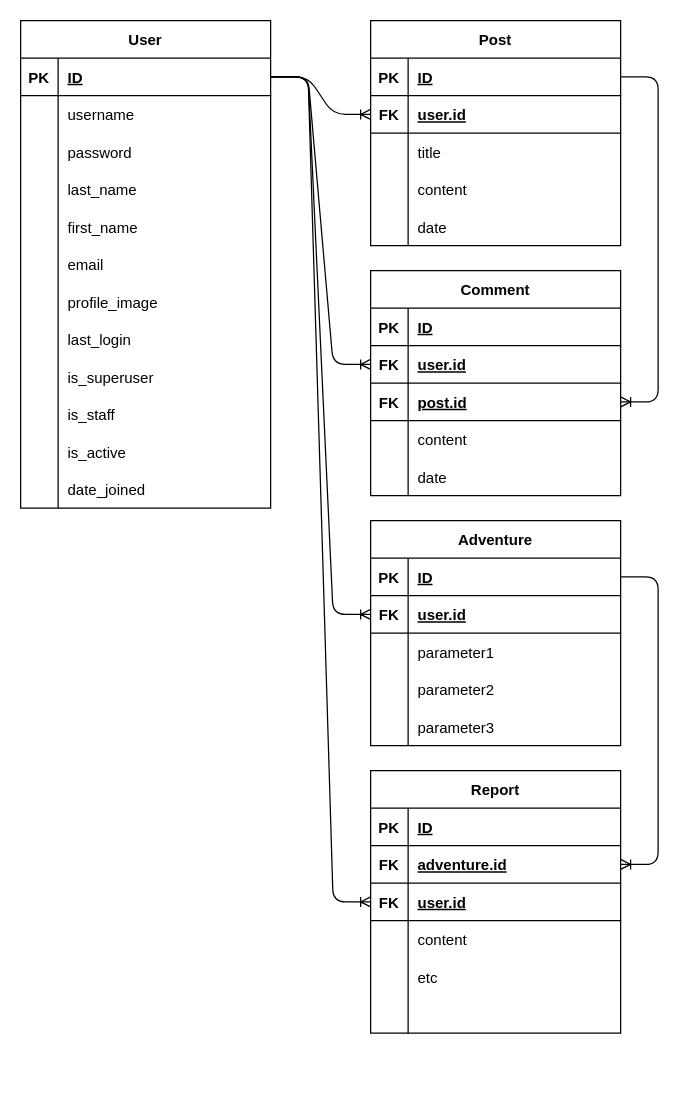
This is plan/erd.drawio from onedaydev/OneDayAdventure, a draw.io file, before an edit. Source tidied: cells renumbered, new cells numbered last; positions are measured from the earlier drawing's top-left corner, leaving out a move shared by most shapes. Both pictures are drawn from the tidied source at 125%, with x=0, y=0 at pixel (20, 20).
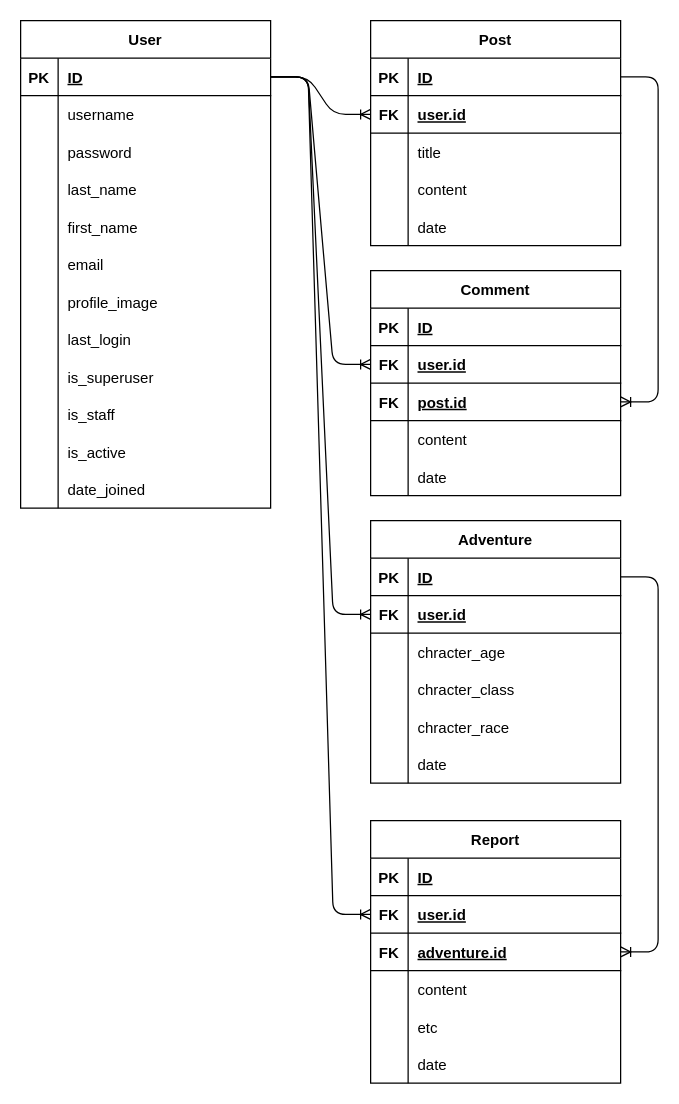
Above is the later version.

Unchanged cells that the change refers to:
```xml
<mxCell id="5" value="ID" style="shape=partialRectangle;fillColor=none;top=0;left=0;bottom=0;right=0;align=left;spacingLeft=6;fontStyle=5;overflow=hidden;" parent="3" vertex="1">
  <mxGeometry x="30" width="170" height="30" as="geometry" />
</mxCell>
<mxCell id="72" style="shape=tableRow;horizontal=0;startSize=0;swimlaneHead=0;swimlaneBody=0;fillColor=none;points=[[0,0.5],[1,0.5]];portConstraint=eastwest;top=0;left=0;right=0;bottom=1;" parent="71" vertex="1">
  <mxGeometry y="30" width="200" height="30" as="geometry" />
</mxCell>
<mxCell id="78" style="shape=tableRow;horizontal=0;startSize=0;swimlaneHead=0;swimlaneBody=0;fillColor=none;top=0;left=0;right=0;bottom=0;" parent="71" vertex="1">
  <mxGeometry y="90" width="200" height="30" as="geometry" />
</mxCell>
<mxCell id="81" style="shape=tableRow;horizontal=0;startSize=0;swimlaneHead=0;swimlaneBody=0;fillColor=none;top=0;left=0;right=0;bottom=0;" parent="71" vertex="1">
  <mxGeometry y="120" width="200" height="30" as="geometry" />
</mxCell>
<mxCell id="84" style="shape=tableRow;horizontal=0;startSize=0;swimlaneHead=0;swimlaneBody=0;fillColor=none;top=0;left=0;right=0;bottom=0;" parent="71" vertex="1">
  <mxGeometry y="150" width="200" height="30" as="geometry" />
</mxCell>
<mxCell id="95" style="shape=tableRow;horizontal=0;startSize=0;swimlaneHead=0;swimlaneBody=0;fillColor=none;points=[[0,0.5],[1,0.5]];portConstraint=eastwest;top=0;left=0;right=0;bottom=1;" parent="91" vertex="1">
  <mxGeometry y="60" width="200" height="30" as="geometry" />
</mxCell>
<mxCell id="98" style="shape=tableRow;horizontal=0;startSize=0;swimlaneHead=0;swimlaneBody=0;fillColor=none;points=[[0,0.5],[1,0.5]];portConstraint=eastwest;top=0;left=0;right=0;bottom=1;" parent="91" vertex="1">
  <mxGeometry y="90" width="200" height="30" as="geometry" />
</mxCell>
<mxCell id="107" style="shape=tableRow;horizontal=0;startSize=0;swimlaneHead=0;swimlaneBody=0;fillColor=none;top=0;left=0;right=0;bottom=0;" parent="91" vertex="1">
  <mxGeometry y="180" width="200" height="30" as="geometry" />
</mxCell>
```

What changed in the source:
```diff
@@
     <mxCell id="71" value="Adventure" style="shape=table;startSize=30;childLayout=tableLayout;rowLines=0;fontStyle=1;align=center;" parent="1" vertex="1">
-      <mxGeometry x="280" y="400" width="200" height="180" as="geometry" />
+      <mxGeometry x="280" y="400" width="200" height="210" as="geometry" />
     </mxCell>
@@
-    <mxCell id="80" value="parameter1" style="shape=partialRectangle;fillColor=none;top=0;left=0;bottom=0;right=0;align=left;spacingLeft=6;overflow=hidden;" parent="78" vertex="1">
+    <mxCell id="80" value="chracter_age" style="shape=partialRectangle;fillColor=none;top=0;left=0;bottom=0;right=0;align=left;spacingLeft=6;overflow=hidden;" parent="78" vertex="1">
       <mxGeometry x="30" width="170" height="30" as="geometry" />
     </mxCell>
@@
-    <mxCell id="83" value="parameter2" style="shape=partialRectangle;fillColor=none;top=0;left=0;bottom=0;right=0;align=left;spacingLeft=6;overflow=hidden;" parent="81" vertex="1">
+    <mxCell id="83" value="chracter_class" style="shape=partialRectangle;fillColor=none;top=0;left=0;bottom=0;right=0;align=left;spacingLeft=6;overflow=hidden;" parent="81" vertex="1">
       <mxGeometry x="30" width="170" height="30" as="geometry" />
     </mxCell>
@@
-    <mxCell id="86" value="parameter3" style="shape=partialRectangle;fillColor=none;top=0;left=0;bottom=0;right=0;align=left;spacingLeft=6;overflow=hidden;" parent="84" vertex="1">
+    <mxCell id="86" value="chracter_race" style="shape=partialRectangle;fillColor=none;top=0;left=0;bottom=0;right=0;align=left;spacingLeft=6;overflow=hidden;" parent="84" vertex="1">
       <mxGeometry x="30" width="170" height="30" as="geometry" />
     </mxCell>
+    <mxCell id="112" style="shape=tableRow;horizontal=0;startSize=0;swimlaneHead=0;swimlaneBody=0;fillColor=none;top=0;left=0;right=0;bottom=0;" parent="71" vertex="1">
+      <mxGeometry y="180" width="200" height="30" as="geometry" />
+    </mxCell>
+    <mxCell id="113" style="shape=partialRectangle;fillColor=none;top=0;left=0;bottom=0;right=0;overflow=hidden;" parent="112" vertex="1">
+      <mxGeometry width="30" height="30" as="geometry" />
+    </mxCell>
+    <mxCell id="114" value="date" style="shape=partialRectangle;fillColor=none;top=0;left=0;bottom=0;right=0;align=left;spacingLeft=6;overflow=hidden;" parent="112" vertex="1">
+      <mxGeometry x="30" width="170" height="30" as="geometry" />
+    </mxCell>
@@
     <mxCell id="91" value="Report" style="shape=table;startSize=30;childLayout=tableLayout;rowLines=0;fontStyle=1;align=center;" parent="1" vertex="1">
-      <mxGeometry x="280" y="600" width="200" height="210" as="geometry" />
+      <mxGeometry x="280" y="640" width="200" height="210" as="geometry" />
     </mxCell>
@@
-    <mxCell id="97" value="adventure.id" style="shape=partialRectangle;fillColor=none;top=0;left=0;bottom=0;right=0;align=left;spacingLeft=6;fontStyle=5;overflow=hidden;" parent="95" vertex="1">
+    <mxCell id="97" value="user.id" style="shape=partialRectangle;fillColor=none;top=0;left=0;bottom=0;right=0;align=left;spacingLeft=6;fontStyle=5;overflow=hidden;" parent="95" vertex="1">
       <mxGeometry x="30" width="170" height="30" as="geometry" />
     </mxCell>
@@
-    <mxCell id="100" value="user.id" style="shape=partialRectangle;fillColor=none;top=0;left=0;bottom=0;right=0;align=left;spacingLeft=6;fontStyle=5;overflow=hidden;" parent="98" vertex="1">
+    <mxCell id="100" value="adventure.id" style="shape=partialRectangle;fillColor=none;top=0;left=0;bottom=0;right=0;align=left;spacingLeft=6;fontStyle=5;overflow=hidden;" parent="98" vertex="1">
       <mxGeometry x="30" width="170" height="30" as="geometry" />
     </mxCell>
@@
-    <mxCell id="109" style="shape=partialRectangle;fillColor=none;top=0;left=0;bottom=0;right=0;align=left;spacingLeft=6;overflow=hidden;" parent="107" vertex="1">
+    <mxCell id="109" value="date" style="shape=partialRectangle;fillColor=none;top=0;left=0;bottom=0;right=0;align=left;spacingLeft=6;overflow=hidden;" parent="107" vertex="1">
       <mxGeometry x="30" width="170" height="30" as="geometry" />
     </mxCell>
-    <mxCell id="110" style="edgeStyle=entityRelationEdgeStyle;fontSize=12;html=1;endArrow=ERoneToMany;entryX=0;entryY=0.5;entryDx=0;entryDy=0;exitX=1;exitY=0.5;exitDx=0;exitDy=0;" parent="1" edge="1" source="5" target="98">
+    <mxCell id="110" style="edgeStyle=entityRelationEdgeStyle;fontSize=12;html=1;endArrow=ERoneToMany;entryX=0;entryY=0.5;entryDx=0;entryDy=0;exitX=1;exitY=0.5;exitDx=0;exitDy=0;" parent="1" edge="1" source="5" target="95">
       <mxGeometry relative="1" as="geometry" />
     </mxCell>
-    <mxCell id="111" style="edgeStyle=entityRelationEdgeStyle;fontSize=12;html=1;endArrow=ERoneToMany;entryX=1;entryY=0.5;entryDx=0;entryDy=0;exitX=1;exitY=0.5;exitDx=0;exitDy=0;" parent="1" edge="1" source="72" target="95">
+    <mxCell id="111" style="edgeStyle=entityRelationEdgeStyle;fontSize=12;html=1;endArrow=ERoneToMany;entryX=1;entryY=0.5;entryDx=0;entryDy=0;exitX=1;exitY=0.5;exitDx=0;exitDy=0;" parent="1" edge="1" source="72" target="98">
       <mxGeometry relative="1" as="geometry" />
     </mxCell>
```
